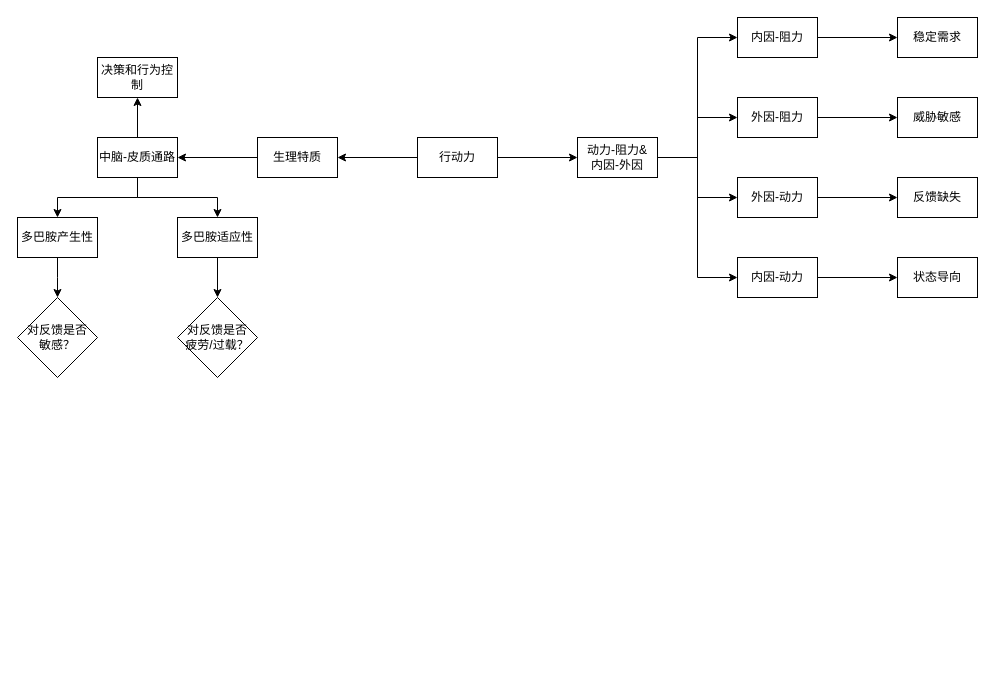
Before: 果断行动.drawio in youyusan/open_mind, a draw.io diagram. Source tidied: cells renumbered, new cells numbered last; positions are measured from the earlier drawing's top-left corner, leaving out a move shared by most shapes. Both pictures are drawn from the tidied source at 100%, with x=0, y=0 at pixel (17, 17).
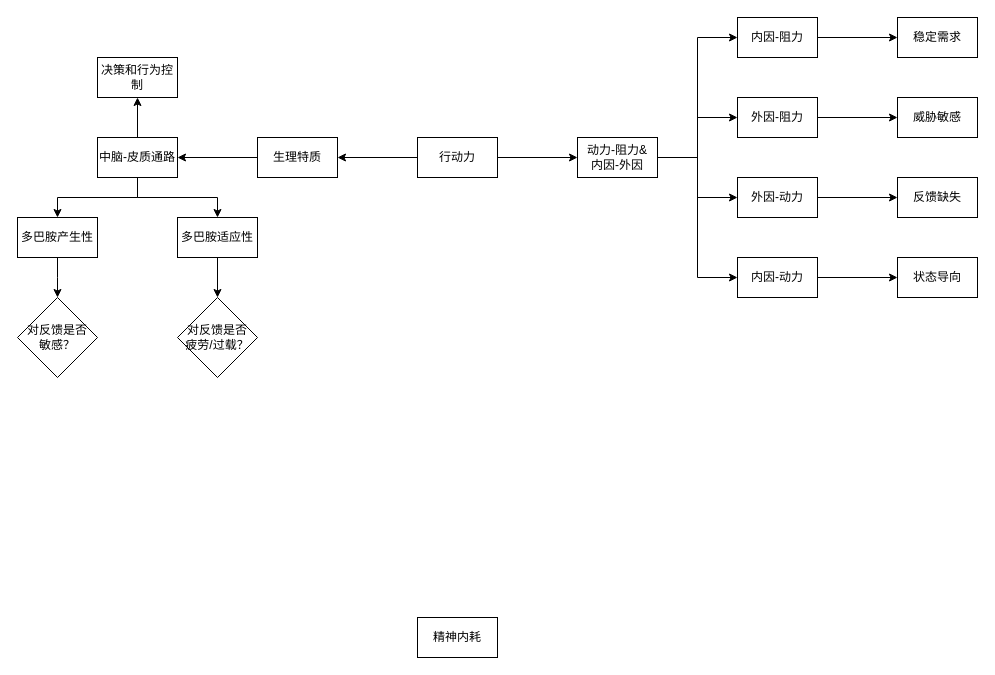
Above is the later version.

Commit message (it also covers changes not shown here):
更新果断行动.drawio

The edit, as a diff of the source:
```diff
@@
+    <mxCell id="35" value="精神内耗" style="rounded=0;whiteSpace=wrap;html=1;" parent="1" vertex="1">
+      <mxGeometry x="400" y="600" width="80" height="40" as="geometry" />
+    </mxCell>
```
